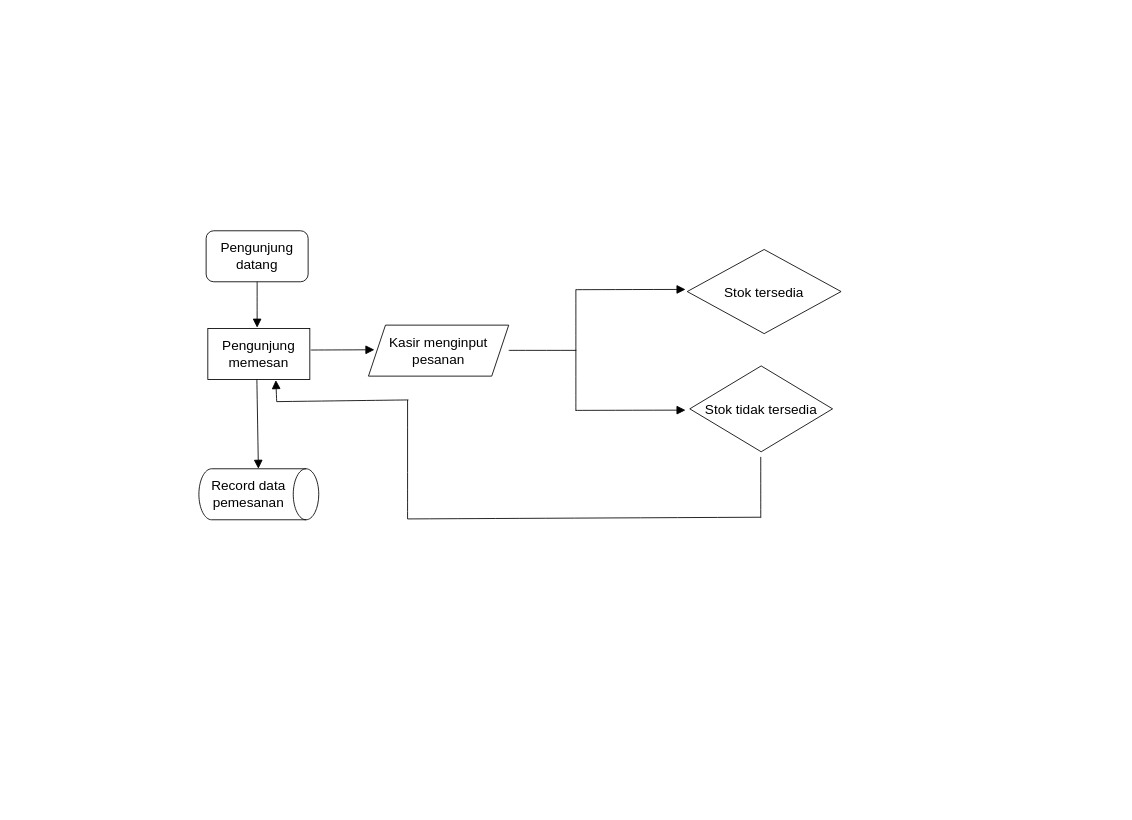
lunar-archive/PPDB keeps this draw.io diagram as Diagram Tanpa Judul.drawio. Above is the earlier version. Source tidied: cells renumbered, new cells numbered last; positions are measured from the earlier drawing's top-left corner, leaving out a move shared by most shapes. Both pictures are drawn from the tidied source at 85%, with x=0, y=0 at pixel (199, 230).
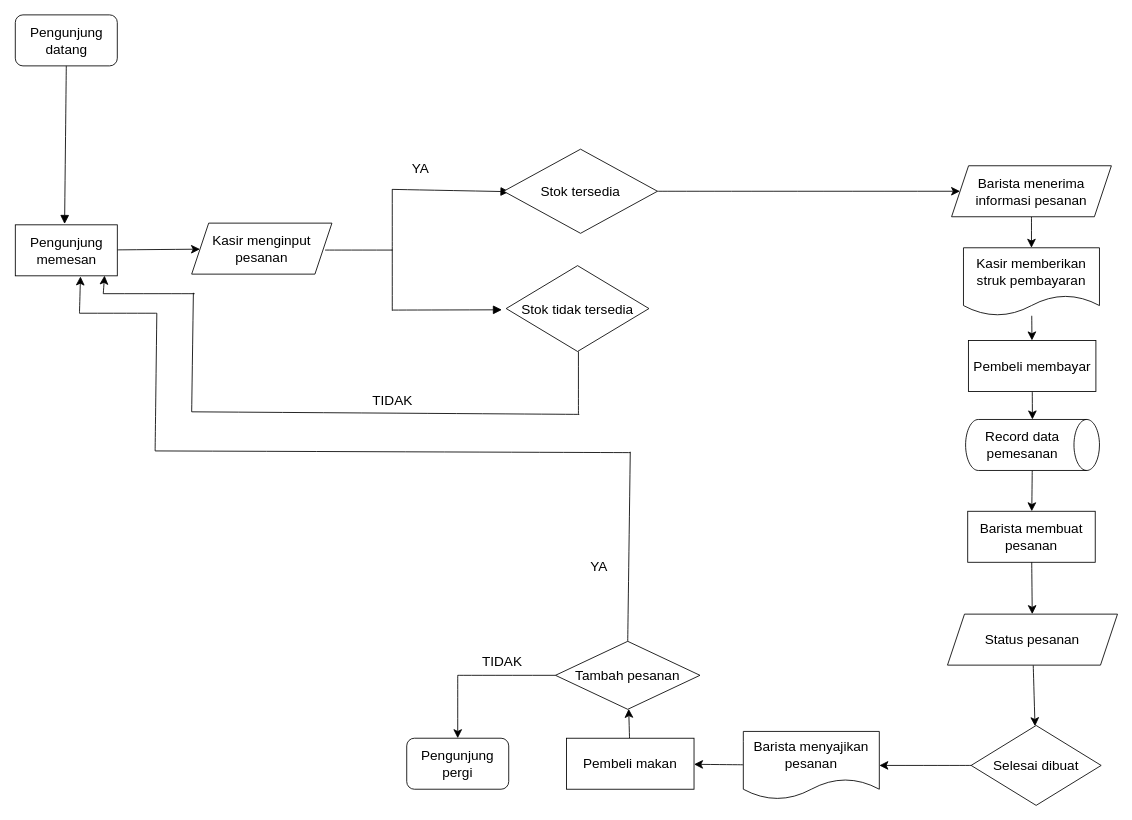
Above is the later version.

Diff of the diagram source:
```diff
@@
     <mxCell id="2" value="Pengunjung&lt;br&gt;datang" style="rounded=1;whiteSpace=wrap;html=1;fontSize=16;" parent="1" vertex="1">
-      <mxGeometry x="8" width="120" height="60" as="geometry" />
+      <mxGeometry x="-216.5" y="-254" width="120" height="60" as="geometry" />
     </mxCell>
+    <mxCell id="21" style="edgeStyle=none;curved=1;rounded=0;jettySize=auto;html=1;fontSize=12;startSize=8;endSize=8;" parent="1" edge="1" source="3" target="8">
+      <mxGeometry relative="1" as="geometry" />
+    </mxCell>
     <mxCell id="3" value="Pengunjung&lt;br&gt;memesan" style="rounded=0;whiteSpace=wrap;html=1;fontSize=16;" parent="1" vertex="1">
-      <mxGeometry x="10" y="115" width="120" height="60" as="geometry" />
+      <mxGeometry x="-216.5" y="-7" width="120" height="60" as="geometry" />
     </mxCell>
-    <mxCell id="4" value="Record data pemesanan" style="shape=cylinder3;whiteSpace=wrap;html=1;boundedLbl=1;backgroundOutline=1;size=15;fontSize=16;direction=south;" parent="1" vertex="1">
-      <mxGeometry x="-0.5" y="280" width="141" height="60" as="geometry" />
-    </mxCell>
     <mxCell id="5" style="html=1;verticalAlign=bottom;labelBackgroundColor=none;endArrow=block;endFill=1;rounded=0;fontSize=12;startSize=8;endSize=8;curved=1;exitX=0.5;exitY=1;exitDx=0;exitDy=0;" parent="1" edge="1" source="2">
       <mxGeometry relative="1" as="geometry">
-        <mxPoint x="68" y="114" as="targetPoint" />
+        <mxPoint x="-158.5" y="-8" as="targetPoint" />
       </mxGeometry>
     </mxCell>
-    <mxCell id="6" style="html=1;verticalAlign=bottom;labelBackgroundColor=none;endArrow=block;endFill=1;rounded=0;fontSize=12;startSize=8;endSize=8;curved=1;exitX=0.5;exitY=1;exitDx=0;exitDy=0;" parent="1" edge="1" target="4">
-      <mxGeometry relative="1" as="geometry">
-        <mxPoint x="67.7" y="175" as="sourcePoint" />
-      </mxGeometry>
-    </mxCell>
-    <mxCell id="7" style="html=1;verticalAlign=bottom;labelBackgroundColor=none;endArrow=block;endFill=1;rounded=0;fontSize=12;startSize=8;endSize=8;curved=1;exitX=1.017;exitY=0.422;exitDx=0;exitDy=0;exitPerimeter=0;" parent="1" edge="1">
-      <mxGeometry relative="1" as="geometry">
-        <mxPoint x="131" y="140.3" as="sourcePoint" />
-        <mxPoint x="206" y="140" as="targetPoint" />
-      </mxGeometry>
-    </mxCell>
     <mxCell id="8" value="Kasir menginput pesanan" style="shape=parallelogram;perimeter=parallelogramPerimeter;whiteSpace=wrap;html=1;fixedSize=1;fontSize=16;" parent="1" vertex="1">
-      <mxGeometry x="199" y="111" width="165" height="60" as="geometry" />
+      <mxGeometry x="-9" y="-9" width="165" height="60" as="geometry" />
     </mxCell>
+    <mxCell id="22" style="edgeStyle=none;curved=1;rounded=0;jettySize=auto;html=1;entryX=0;entryY=0.5;entryDx=0;entryDy=0;fontSize=12;startSize=8;endSize=8;" parent="1" edge="1" source="14" target="24">
+      <mxGeometry relative="1" as="geometry" />
+    </mxCell>
+    <mxCell id="23" style="edgeStyle=none;curved=1;rounded=0;jettySize=auto;html=1;fontSize=12;startSize=8;endSize=8;" parent="1" edge="1" source="24" target="56">
+      <mxGeometry relative="1" as="geometry" />
+    </mxCell>
+    <mxCell id="24" value="Barista menerima informasi pesanan" style="shape=parallelogram;perimeter=parallelogramPerimeter;whiteSpace=wrap;html=1;fixedSize=1;fontSize=16;" parent="1" vertex="1">
+      <mxGeometry x="885" y="-76.5" width="188" height="60" as="geometry" />
+    </mxCell>
+    <mxCell id="25" value="Barista membuat pesanan" style="rounded=0;whiteSpace=wrap;html=1;fontSize=16;" parent="1" vertex="1">
+      <mxGeometry x="904" y="330" width="150" height="60" as="geometry" />
+    </mxCell>
+    <mxCell id="26" style="edgeStyle=none;curved=1;rounded=0;jettySize=auto;html=1;fontSize=12;startSize=8;endSize=8;" parent="1" edge="1" source="27" target="30">
+      <mxGeometry relative="1" as="geometry" />
+    </mxCell>
+    <mxCell id="27" value="Status pesanan" style="shape=parallelogram;perimeter=parallelogramPerimeter;whiteSpace=wrap;html=1;fixedSize=1;fontSize=16;" parent="1" vertex="1">
+      <mxGeometry x="880.2" y="451" width="200" height="60" as="geometry" />
+    </mxCell>
+    <mxCell id="28" style="edgeStyle=none;curved=1;rounded=0;jettySize=auto;html=1;fontSize=12;startSize=8;endSize=8;" parent="1" edge="1" source="25" target="27">
+      <mxGeometry relative="1" as="geometry" />
+    </mxCell>
+    <mxCell id="29" style="edgeStyle=none;curved=1;rounded=0;jettySize=auto;html=1;fontSize=12;startSize=8;endSize=8;" parent="1" edge="1" source="30" target="32">
+      <mxGeometry relative="1" as="geometry" />
+    </mxCell>
+    <mxCell id="30" value="Selesai dibuat" style="rhombus;whiteSpace=wrap;html=1;fontSize=16;" parent="1" vertex="1">
+      <mxGeometry x="908" y="582" width="153" height="94" as="geometry" />
+    </mxCell>
+    <mxCell id="31" style="edgeStyle=none;curved=1;rounded=0;jettySize=auto;html=1;fontSize=12;startSize=8;endSize=8;" parent="1" edge="1" source="32" target="34">
+      <mxGeometry relative="1" as="geometry" />
+    </mxCell>
+    <mxCell id="32" value="Barista menyajikan pesanan" style="shape=document;whiteSpace=wrap;html=1;boundedLbl=1;fontSize=16;" parent="1" vertex="1">
+      <mxGeometry x="640" y="589" width="160" height="80" as="geometry" />
+    </mxCell>
+    <mxCell id="33" style="edgeStyle=none;curved=1;rounded=0;jettySize=auto;html=1;fontSize=12;startSize=8;endSize=8;" parent="1" edge="1" source="34" target="35">
+      <mxGeometry relative="1" as="geometry" />
+    </mxCell>
+    <mxCell id="34" value="Pembeli makan" style="rounded=0;whiteSpace=wrap;html=1;fontSize=16;" parent="1" vertex="1">
+      <mxGeometry x="432" y="597" width="150" height="60" as="geometry" />
+    </mxCell>
+    <mxCell id="35" value="Tambah pesanan" style="rhombus;whiteSpace=wrap;html=1;fontSize=16;rounded=0;" parent="1" vertex="1">
+      <mxGeometry x="419" y="483" width="170" height="80" as="geometry" />
+    </mxCell>
+    <mxCell id="36" style="group;" parent="1" vertex="1">
+      <mxGeometry x="148" y="-96" width="391" height="238" as="geometry" />
+    </mxCell>
-    <mxCell id="9" style="endArrow=none;html=1;rounded=0;fontSize=12;startSize=8;endSize=8;curved=1;" parent="1" edge="1">
+    <mxCell id="9" style="endArrow=none;html=1;rounded=0;fontSize=12;startSize=8;endSize=8;curved=1;" parent="36" edge="1">
       <mxGeometry relative="1" as="geometry">
-        <mxPoint x="364" y="140.7" as="sourcePoint" />
-        <mxPoint x="443" y="140.7" as="targetPoint" />
+        <mxPoint y="118.7" as="sourcePoint" />
+        <mxPoint x="79" y="118.7" as="targetPoint" />
       </mxGeometry>
     </mxCell>
-    <mxCell id="10" style="endArrow=none;html=1;rounded=0;fontSize=12;startSize=8;endSize=8;curved=1;" parent="1" edge="1">
+    <mxCell id="10" style="endArrow=none;html=1;rounded=0;fontSize=12;startSize=8;endSize=8;curved=1;" parent="36" edge="1">
       <mxGeometry relative="1" as="geometry">
-        <mxPoint x="443" y="141" as="sourcePoint" />
-        <mxPoint x="443" y="69" as="targetPoint" />
+        <mxPoint x="79" y="119" as="sourcePoint" />
+        <mxPoint x="79" y="47" as="targetPoint" />
       </mxGeometry>
     </mxCell>
-    <mxCell id="11" style="endArrow=none;html=1;rounded=0;fontSize=12;startSize=8;endSize=8;curved=1;" parent="1" edge="1">
+    <mxCell id="11" style="endArrow=none;html=1;rounded=0;fontSize=12;startSize=8;endSize=8;curved=1;" parent="36" edge="1">
       <mxGeometry relative="1" as="geometry">
-        <mxPoint x="443" y="212" as="sourcePoint" />
-        <mxPoint x="443" y="140" as="targetPoint" />
+        <mxPoint x="79" y="190" as="sourcePoint" />
+        <mxPoint x="79" y="118" as="targetPoint" />
       </mxGeometry>
     </mxCell>
-    <mxCell id="12" style="html=1;verticalAlign=bottom;labelBackgroundColor=none;endArrow=block;endFill=1;rounded=0;fontSize=12;startSize=8;endSize=8;curved=1;exitX=1.017;exitY=0.422;exitDx=0;exitDy=0;exitPerimeter=0;" parent="1" edge="1">
+    <mxCell id="12" style="html=1;verticalAlign=bottom;labelBackgroundColor=none;endArrow=block;endFill=1;rounded=0;fontSize=12;startSize=8;endSize=8;curved=1;exitX=1.017;exitY=0.422;exitDx=0;exitDy=0;exitPerimeter=0;" parent="36" edge="1">
       <mxGeometry relative="1" as="geometry">
-        <mxPoint x="443" y="211.3" as="sourcePoint" />
-        <mxPoint x="572" y="211" as="targetPoint" />
+        <mxPoint x="79" y="189.3" as="sourcePoint" />
+        <mxPoint x="208" y="189" as="targetPoint" />
       </mxGeometry>
     </mxCell>
-    <mxCell id="13" style="html=1;verticalAlign=bottom;labelBackgroundColor=none;endArrow=block;endFill=1;rounded=0;fontSize=12;startSize=8;endSize=8;curved=1;exitX=1.017;exitY=0.422;exitDx=0;exitDy=0;exitPerimeter=0;" parent="1" edge="1">
+    <mxCell id="13" style="html=1;verticalAlign=bottom;labelBackgroundColor=none;endArrow=block;endFill=1;rounded=0;fontSize=12;startSize=8;endSize=8;curved=1;exitX=1.017;exitY=0.422;exitDx=0;exitDy=0;exitPerimeter=0;entryX=0.038;entryY=0.505;entryDx=0;entryDy=0;entryPerimeter=0;" parent="36" edge="1" target="14">
       <mxGeometry relative="1" as="geometry">
-        <mxPoint x="443" y="69.3" as="sourcePoint" />
-        <mxPoint x="572" y="69" as="targetPoint" />
+        <mxPoint x="79" y="47.3" as="sourcePoint" />
       </mxGeometry>
     </mxCell>
-    <mxCell id="14" value="Stok tersedia" style="rhombus;whiteSpace=wrap;html=1;fontSize=16;" parent="1" vertex="1">
-      <mxGeometry x="574" y="22" width="181" height="99" as="geometry" />
+    <mxCell id="14" value="Stok tersedia" style="rhombus;whiteSpace=wrap;html=1;fontSize=16;" parent="36" vertex="1">
+      <mxGeometry x="210" width="181" height="99" as="geometry" />
     </mxCell>
-    <mxCell id="15" value="Stok tidak tersedia" style="rhombus;whiteSpace=wrap;html=1;fontSize=16;" parent="1" vertex="1">
-      <mxGeometry x="577" y="159" width="168" height="101" as="geometry" />
+    <mxCell id="15" value="Stok tidak tersedia" style="rhombus;whiteSpace=wrap;html=1;fontSize=16;" parent="36" vertex="1">
+      <mxGeometry x="213" y="137" width="168" height="101" as="geometry" />
     </mxCell>
-    <mxCell id="16" style="endArrow=none;html=1;rounded=0;fontSize=12;startSize=8;endSize=8;curved=1;" parent="1" edge="1">
-      <mxGeometry relative="1" as="geometry">
-        <mxPoint x="660.5" y="338" as="sourcePoint" />
-        <mxPoint x="660.5" y="266" as="targetPoint" />
-      </mxGeometry>
-    </mxCell>
-    <mxCell id="17" style="endArrow=none;html=1;rounded=0;fontSize=12;startSize=8;endSize=8;curved=1;" parent="1" edge="1">
-      <mxGeometry relative="1" as="geometry">
-        <mxPoint x="245" y="339" as="sourcePoint" />
-        <mxPoint x="660" y="337" as="targetPoint" />
-      </mxGeometry>
-    </mxCell>
-    <mxCell id="18" style="endArrow=none;html=1;rounded=0;fontSize=12;startSize=8;endSize=8;curved=1;" parent="1" edge="1">
-      <mxGeometry relative="1" as="geometry">
-        <mxPoint x="245" y="339" as="sourcePoint" />
-        <mxPoint x="245" y="199" as="targetPoint" />
-      </mxGeometry>
-    </mxCell>
-    <mxCell id="19" style="html=1;verticalAlign=bottom;labelBackgroundColor=none;endArrow=block;endFill=1;rounded=0;fontSize=12;startSize=8;endSize=8;curved=1;entryX=0.667;entryY=1.012;entryDx=0;entryDy=0;entryPerimeter=0;" parent="1" edge="1" target="3">
-      <mxGeometry relative="1" as="geometry">
-        <mxPoint x="91" y="201" as="sourcePoint" />
-      </mxGeometry>
-    </mxCell>
-    <mxCell id="20" style="endArrow=none;html=1;rounded=0;fontSize=12;startSize=8;endSize=8;curved=1;" parent="1" edge="1">
-      <mxGeometry relative="1" as="geometry">
-        <mxPoint x="246" y="199" as="sourcePoint" />
-        <mxPoint x="91" y="201" as="targetPoint" />
-      </mxGeometry>
-    </mxCell>
+    <mxCell id="37" value="YA" style="text;html=1;align=center;verticalAlign=middle;strokeColor=none;fillColor=none;fontSize=16;" parent="36" vertex="1">
+      <mxGeometry x="93" y="7" width="38" height="31" as="geometry" />
+    </mxCell>
+    <mxCell id="38" value="Pengunjung pergi" style="rounded=1;whiteSpace=wrap;html=1;fontSize=16;" parent="1" vertex="1">
+      <mxGeometry x="244" y="597" width="120" height="60" as="geometry" />
+    </mxCell>
+    <mxCell id="39" style="endArrow=classic;html=1;rounded=0;fontSize=12;startSize=8;endSize=8;curved=1;entryX=0.5;entryY=0;entryDx=0;entryDy=0;" parent="1" edge="1" target="38">
+      <mxGeometry relative="1" as="geometry">
+        <mxPoint x="304" y="523" as="sourcePoint" />
+      </mxGeometry>
+    </mxCell>
+    <mxCell id="40" style="endArrow=none;html=1;rounded=0;fontSize=12;startSize=8;endSize=8;curved=1;entryX=0;entryY=0.5;entryDx=0;entryDy=0;" parent="1" edge="1" target="35">
+      <mxGeometry relative="1" as="geometry">
+        <mxPoint x="304" y="523" as="sourcePoint" />
+      </mxGeometry>
+    </mxCell>
+    <mxCell id="41" value="TIDAK" style="text;html=1;align=center;verticalAlign=middle;strokeColor=none;fillColor=none;fontSize=16;" parent="1" vertex="1">
+      <mxGeometry x="323" y="490" width="65" height="31" as="geometry" />
+    </mxCell>
+    <mxCell id="42" style="endArrow=none;html=1;rounded=0;fontSize=12;startSize=8;endSize=8;curved=1;exitX=0.5;exitY=0;exitDx=0;exitDy=0;" parent="1" edge="1" source="35">
+      <mxGeometry relative="1" as="geometry">
+        <mxPoint x="507" y="260" as="targetPoint" />
+      </mxGeometry>
+    </mxCell>
+    <mxCell id="43" style="endArrow=none;html=1;rounded=0;fontSize=12;startSize=8;endSize=8;curved=1;" parent="1" edge="1">
+      <mxGeometry relative="1" as="geometry">
+        <mxPoint x="507" y="261" as="sourcePoint" />
+        <mxPoint x="-52" y="259" as="targetPoint" />
+      </mxGeometry>
+    </mxCell>
+    <mxCell id="44" style="endArrow=none;html=1;rounded=0;fontSize=12;startSize=8;endSize=8;curved=1;exitX=0.5;exitY=0;exitDx=0;exitDy=0;" parent="1" edge="1">
+      <mxGeometry relative="1" as="geometry">
+        <mxPoint x="-52" y="259" as="sourcePoint" />
+        <mxPoint x="-50" y="97" as="targetPoint" />
+      </mxGeometry>
+    </mxCell>
+    <mxCell id="45" style="endArrow=none;html=1;rounded=0;fontSize=12;startSize=8;endSize=8;curved=1;" parent="1" edge="1">
+      <mxGeometry relative="1" as="geometry">
+        <mxPoint x="-50" y="97" as="sourcePoint" />
+        <mxPoint x="-141" y="97" as="targetPoint" />
+      </mxGeometry>
+    </mxCell>
+    <mxCell id="46" style="endArrow=classic;html=1;rounded=0;fontSize=12;startSize=8;endSize=8;curved=1;entryX=0.639;entryY=1.012;entryDx=0;entryDy=0;entryPerimeter=0;" parent="1" edge="1" target="3">
+      <mxGeometry relative="1" as="geometry">
+        <mxPoint x="-141" y="97" as="sourcePoint" />
+      </mxGeometry>
+    </mxCell>
+    <mxCell id="47" style="endArrow=none;html=1;rounded=0;fontSize=12;startSize=8;endSize=8;curved=1;" parent="1" edge="1">
+      <mxGeometry relative="1" as="geometry">
+        <mxPoint x="446" y="216" as="sourcePoint" />
+        <mxPoint x="446" y="142" as="targetPoint" />
+      </mxGeometry>
+    </mxCell>
+    <mxCell id="48" style="endArrow=none;html=1;rounded=0;fontSize=12;startSize=8;endSize=8;curved=1;" parent="1" edge="1">
+      <mxGeometry relative="1" as="geometry">
+        <mxPoint x="447" y="216" as="sourcePoint" />
+        <mxPoint x="-9" y="213" as="targetPoint" />
+      </mxGeometry>
+    </mxCell>
+    <mxCell id="49" style="endArrow=none;html=1;rounded=0;fontSize=12;startSize=8;endSize=8;curved=1;" parent="1" edge="1">
+      <mxGeometry relative="1" as="geometry">
+        <mxPoint x="-9" y="213" as="sourcePoint" />
+        <mxPoint x="-7" y="73" as="targetPoint" />
+      </mxGeometry>
+    </mxCell>
+    <mxCell id="50" style="endArrow=none;html=1;rounded=0;fontSize=12;startSize=8;endSize=8;curved=1;" parent="1" edge="1">
+      <mxGeometry relative="1" as="geometry">
+        <mxPoint x="-5.5" y="74" as="sourcePoint" />
+        <mxPoint x="-113" y="74" as="targetPoint" />
+      </mxGeometry>
+    </mxCell>
+    <mxCell id="51" style="endArrow=classic;html=1;rounded=0;fontSize=12;startSize=8;endSize=8;curved=1;entryX=0.875;entryY=0.996;entryDx=0;entryDy=0;entryPerimeter=0;" parent="1" edge="1" target="3">
+      <mxGeometry relative="1" as="geometry">
+        <mxPoint x="-113" y="74" as="sourcePoint" />
+      </mxGeometry>
+    </mxCell>
+    <mxCell id="52" value="YA" style="text;html=1;align=center;verticalAlign=middle;strokeColor=none;fillColor=none;fontSize=16;" parent="1" vertex="1">
+      <mxGeometry x="451" y="379" width="38" height="31" as="geometry" />
+    </mxCell>
+    <mxCell id="53" value="TIDAK" style="text;html=1;align=center;verticalAlign=middle;strokeColor=none;fillColor=none;fontSize=16;" parent="1" vertex="1">
+      <mxGeometry x="194" y="183" width="65" height="31" as="geometry" />
+    </mxCell>
+    <mxCell id="54" style="edgeStyle=none;curved=1;rounded=0;jettySize=auto;html=1;fontSize=12;startSize=8;endSize=8;" parent="1" edge="1" source="4" target="25">
+      <mxGeometry relative="1" as="geometry" />
+    </mxCell>
+    <mxCell id="4" value="Record data pemesanan" style="shape=cylinder3;whiteSpace=wrap;html=1;boundedLbl=1;backgroundOutline=1;size=15;fontSize=16;direction=south;" parent="1" vertex="1">
+      <mxGeometry x="901.5" y="222" width="157.5" height="60" as="geometry" />
+    </mxCell>
+    <mxCell id="55" style="edgeStyle=none;curved=1;rounded=0;jettySize=auto;html=1;fontSize=12;startSize=8;endSize=8;" parent="1" edge="1" source="56" target="58">
+      <mxGeometry relative="1" as="geometry" />
+    </mxCell>
+    <mxCell id="56" value="Kasir memberikan struk pembayaran" style="shape=document;whiteSpace=wrap;html=1;boundedLbl=1;fontSize=16;" parent="1" vertex="1">
+      <mxGeometry x="899" y="20" width="160" height="80" as="geometry" />
+    </mxCell>
+    <mxCell id="57" style="edgeStyle=none;curved=1;rounded=0;jettySize=auto;html=1;fontSize=12;startSize=8;endSize=8;" parent="1" edge="1" source="58" target="4">
+      <mxGeometry relative="1" as="geometry" />
+    </mxCell>
+    <mxCell id="58" value="Pembeli membayar" style="rounded=0;whiteSpace=wrap;html=1;fontSize=16;" parent="1" vertex="1">
+      <mxGeometry x="904.8" y="129" width="150" height="60" as="geometry" />
+    </mxCell>
```
